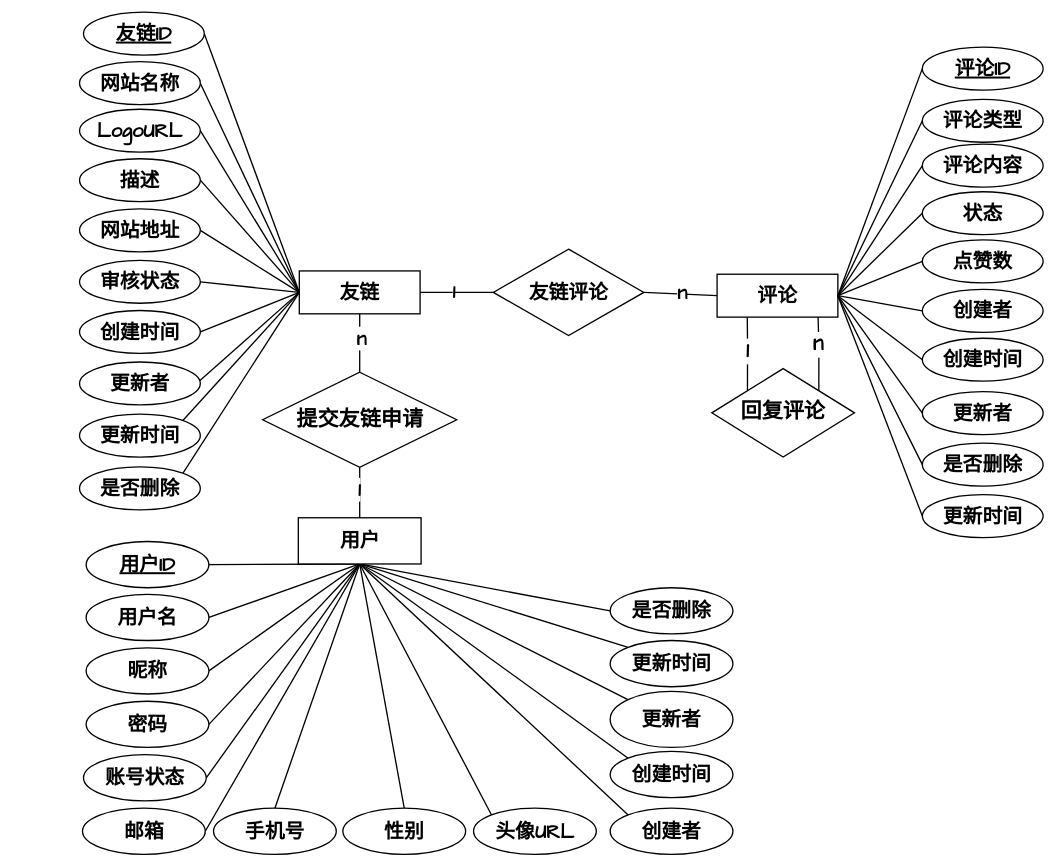
The draw.io diagram graph/友链ER.drawio in zhangbird050801/bird-blog, before the edit. Source tidied: cells renumbered, new cells numbered last; positions are measured from the earlier drawing's top-left corner, leaving out a move shared by most shapes. Both pictures are drawn from the tidied source at 66%, with x=0, y=0 at pixel (79, 12).
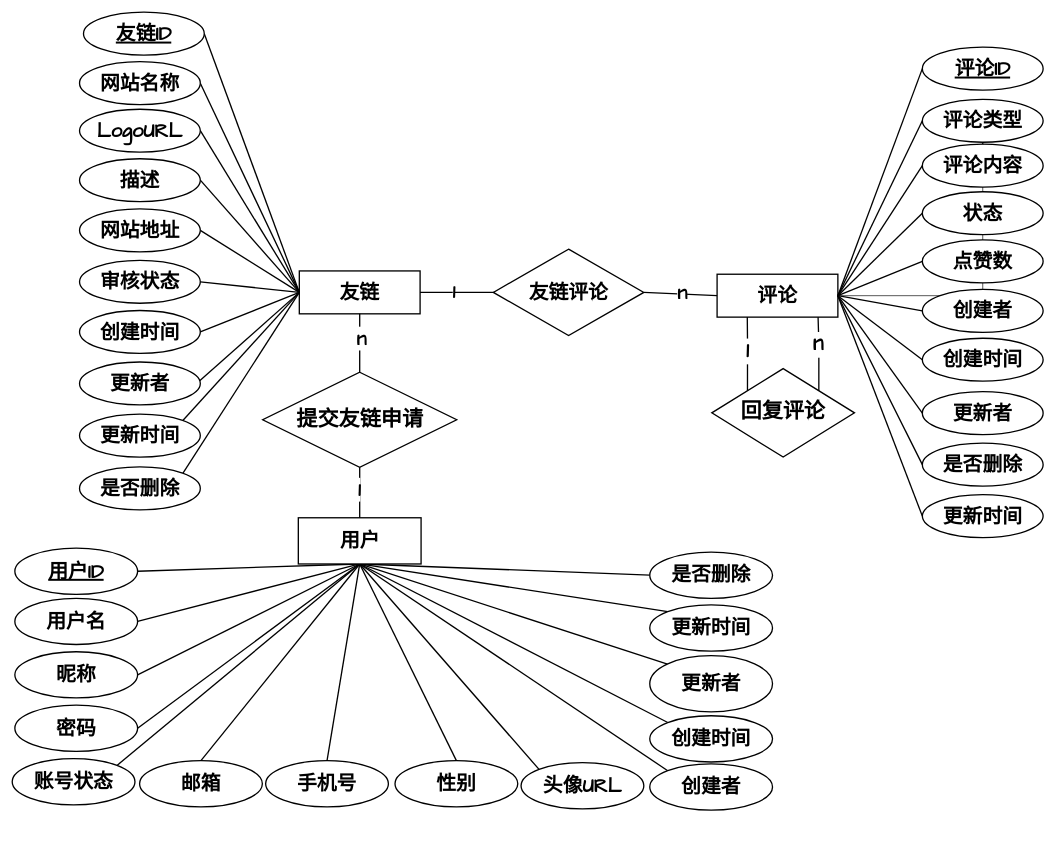
The same diagram, later.

Unchanged cells that the change refers to:
```xml
<mxCell id="23" value="评论" style="rounded=0;whiteSpace=wrap;html=1;fontSize=30;strokeColor=default;strokeWidth=2;align=center;verticalAlign=middle;fontFamily=Comic Sans MS;fontColor=default;fontStyle=1;labelBackgroundColor=default;" parent="1" vertex="1">
  <mxGeometry x="966" y="397" width="183" height="65" as="geometry" />
</mxCell>
<mxCell id="29" value="评论类型" style="whiteSpace=wrap;html=1;rounded=0;shape=ellipse;perimeter=ellipsePerimeter;fontSize=30;strokeColor=default;strokeWidth=2;align=center;verticalAlign=middle;fontFamily=Comic Sans MS;fontColor=default;fontStyle=1;labelBackgroundColor=default;" parent="1" vertex="1">
  <mxGeometry x="1277" y="132" width="183" height="65" as="geometry" />
</mxCell>
<mxCell id="83" value="用户" style="rounded=0;whiteSpace=wrap;html=1;fontSize=30;fontFamily=Comic Sans MS;strokeColor=default;strokeWidth=2;align=center;verticalAlign=middle;fontColor=default;labelBackgroundColor=default;fontStyle=1;" parent="1" vertex="1">
  <mxGeometry x="331.5" y="766" width="186" height="70" as="geometry" />
</mxCell>
```

Diff of the diagram source:
```diff
@@
+    <mxCell id="89" style="edgeStyle=orthogonalEdgeStyle;rounded=0;jettySize=auto;html=1;" parent="1" edge="1" source="23" target="29">
+      <mxGeometry relative="1" as="geometry" />
+    </mxCell>
@@
-    <mxCell id="59" style="rounded=0;jettySize=auto;html=1;exitX=0.5;exitY=1;exitDx=0;exitDy=0;entryX=1;entryY=0.5;entryDx=0;entryDy=0;endArrow=none;endFill=0;fontSize=30;fontFamily=Comic Sans MS;strokeColor=default;strokeWidth=2;align=center;verticalAlign=middle;fontColor=default;labelBackgroundColor=default;fontStyle=1;" parent="1" edge="1" source="83" target="70">
+    <mxCell id="59" style="rounded=0;jettySize=auto;html=1;exitX=0.5;exitY=1;exitDx=0;exitDy=0;entryX=1;entryY=0;entryDx=0;entryDy=0;endArrow=none;endFill=0;fontSize=30;fontFamily=Comic Sans MS;strokeColor=default;strokeWidth=2;align=center;verticalAlign=middle;fontColor=default;labelBackgroundColor=default;fontStyle=1;" parent="1" edge="1" source="83" target="70">
       <mxGeometry relative="1" as="geometry" />
     </mxCell>
-    <mxCell id="60" style="rounded=0;jettySize=auto;html=1;exitX=0.5;exitY=1;exitDx=0;exitDy=0;entryX=1;entryY=0.5;entryDx=0;entryDy=0;endArrow=none;endFill=0;fontSize=30;fontFamily=Comic Sans MS;strokeColor=default;strokeWidth=2;align=center;verticalAlign=middle;fontColor=default;labelBackgroundColor=default;fontStyle=1;" parent="1" edge="1" source="83" target="78">
+    <mxCell id="60" style="rounded=0;jettySize=auto;html=1;exitX=0.5;exitY=1;exitDx=0;exitDy=0;entryX=0.5;entryY=0;entryDx=0;entryDy=0;endArrow=none;endFill=0;fontSize=30;fontFamily=Comic Sans MS;strokeColor=default;strokeWidth=2;align=center;verticalAlign=middle;fontColor=default;labelBackgroundColor=default;fontStyle=1;" parent="1" edge="1" source="83" target="78">
       <mxGeometry relative="1" as="geometry" />
     </mxCell>
@@
     <mxCell id="69" value="用户ID" style="ellipse;whiteSpace=wrap;html=1;fontSize=30;fontFamily=Comic Sans MS;rounded=0;strokeWidth=2;align=center;verticalAlign=middle;labelBackgroundColor=none;fontStyle=5;" parent="1" vertex="1">
-      <mxGeometry x="10" y="802" width="186" height="70" as="geometry" />
+      <mxGeometry x="-98" y="812" width="186" height="70" as="geometry" />
     </mxCell>
     <mxCell id="70" value="账号状态" style="ellipse;whiteSpace=wrap;html=1;fontSize=30;fontFamily=Comic Sans MS;rounded=0;strokeColor=default;strokeWidth=2;align=center;verticalAlign=middle;fontColor=default;labelBackgroundColor=default;fontStyle=1;" parent="1" vertex="1">
-      <mxGeometry x="6" y="1125" width="186" height="70" as="geometry" />
+      <mxGeometry x="-102" y="1131" width="186" height="70" as="geometry" />
     </mxCell>
     <mxCell id="71" value="密码" style="ellipse;whiteSpace=wrap;html=1;fontSize=30;fontFamily=Comic Sans MS;rounded=0;strokeColor=default;strokeWidth=2;align=center;verticalAlign=middle;fontColor=default;labelBackgroundColor=default;fontStyle=1;" parent="1" vertex="1">
-      <mxGeometry x="10" y="1044" width="186" height="70" as="geometry" />
+      <mxGeometry x="-98" y="1050" width="186" height="70" as="geometry" />
     </mxCell>
     <mxCell id="72" value="昵称" style="ellipse;whiteSpace=wrap;html=1;fontSize=30;fontFamily=Comic Sans MS;rounded=0;strokeColor=default;strokeWidth=2;align=center;verticalAlign=middle;fontColor=default;labelBackgroundColor=default;fontStyle=1;" parent="1" vertex="1">
-      <mxGeometry x="10" y="963" width="186" height="70" as="geometry" />
+      <mxGeometry x="-98" y="969" width="186" height="70" as="geometry" />
     </mxCell>
     <mxCell id="73" value="用户名" style="ellipse;whiteSpace=wrap;html=1;fontSize=30;fontFamily=Comic Sans MS;rounded=0;strokeColor=default;strokeWidth=2;align=center;verticalAlign=middle;fontColor=default;labelBackgroundColor=default;fontStyle=1;" parent="1" vertex="1">
-      <mxGeometry x="10" y="882" width="186" height="70" as="geometry" />
+      <mxGeometry x="-98" y="888" width="186" height="70" as="geometry" />
     </mxCell>
     <mxCell id="74" value="创建者" style="ellipse;whiteSpace=wrap;html=1;fontSize=30;fontFamily=Comic Sans MS;rounded=0;strokeColor=default;strokeWidth=2;align=center;verticalAlign=middle;fontColor=default;labelBackgroundColor=default;fontStyle=1;" parent="1" vertex="1">
-      <mxGeometry x="804" y="1206" width="186" height="70" as="geometry" />
+      <mxGeometry x="864" y="1139" width="186" height="70" as="geometry" />
     </mxCell>
     <mxCell id="75" value="头像URL" style="ellipse;whiteSpace=wrap;html=1;fontSize=30;fontFamily=Comic Sans MS;rounded=0;strokeColor=default;strokeWidth=2;align=center;verticalAlign=middle;fontColor=default;labelBackgroundColor=default;fontStyle=1;" parent="1" vertex="1">
-      <mxGeometry x="597" y="1206" width="186" height="70" as="geometry" />
+      <mxGeometry x="669" y="1137" width="186" height="70" as="geometry" />
     </mxCell>
     <mxCell id="76" value="性别" style="ellipse;whiteSpace=wrap;html=1;fontSize=30;fontFamily=Comic Sans MS;rounded=0;strokeColor=default;strokeWidth=2;align=center;verticalAlign=middle;fontColor=default;labelBackgroundColor=default;fontStyle=1;" parent="1" vertex="1">
-      <mxGeometry x="399" y="1206" width="186" height="70" as="geometry" />
+      <mxGeometry x="478" y="1134" width="186" height="70" as="geometry" />
     </mxCell>
     <mxCell id="77" value="手机号" style="ellipse;whiteSpace=wrap;html=1;fontSize=30;fontFamily=Comic Sans MS;rounded=0;strokeColor=default;strokeWidth=2;align=center;verticalAlign=middle;fontColor=default;labelBackgroundColor=default;fontStyle=1;" parent="1" vertex="1">
-      <mxGeometry x="203" y="1206" width="186" height="70" as="geometry" />
+      <mxGeometry x="282" y="1134" width="186" height="70" as="geometry" />
     </mxCell>
     <mxCell id="78" value="邮箱" style="ellipse;whiteSpace=wrap;html=1;fontSize=30;fontFamily=Comic Sans MS;rounded=0;strokeColor=default;strokeWidth=2;align=center;verticalAlign=middle;fontColor=default;labelBackgroundColor=default;fontStyle=1;" parent="1" vertex="1">
-      <mxGeometry x="4.5" y="1206" width="186" height="70" as="geometry" />
+      <mxGeometry x="91" y="1134" width="186" height="70" as="geometry" />
     </mxCell>
     <mxCell id="79" value="更新时间" style="ellipse;whiteSpace=wrap;html=1;fontSize=30;fontFamily=Comic Sans MS;rounded=0;strokeColor=default;strokeWidth=2;align=center;verticalAlign=middle;fontColor=default;labelBackgroundColor=default;fontStyle=1;" parent="1" vertex="1">
-      <mxGeometry x="804" y="952" width="186" height="70" as="geometry" />
+      <mxGeometry x="864" y="898" width="186" height="70" as="geometry" />
     </mxCell>
     <mxCell id="80" value="更新者" style="ellipse;whiteSpace=wrap;html=1;fontSize=30;fontFamily=Comic Sans MS;rounded=0;strokeColor=default;strokeWidth=2;align=center;verticalAlign=middle;fontColor=default;labelBackgroundColor=default;fontStyle=1;" parent="1" vertex="1">
-      <mxGeometry x="804" y="1029" width="186" height="85" as="geometry" />
+      <mxGeometry x="864" y="975" width="186" height="85" as="geometry" />
     </mxCell>
     <mxCell id="81" value="创建时间" style="ellipse;whiteSpace=wrap;html=1;fontSize=30;fontFamily=Comic Sans MS;rounded=0;strokeColor=default;strokeWidth=2;align=center;verticalAlign=middle;fontColor=default;labelBackgroundColor=default;fontStyle=1;" parent="1" vertex="1">
-      <mxGeometry x="804" y="1120" width="186" height="70" as="geometry" />
+      <mxGeometry x="864" y="1066" width="186" height="70" as="geometry" />
     </mxCell>
     <mxCell id="82" value="是否删除" style="ellipse;whiteSpace=wrap;html=1;fontSize=30;fontFamily=Comic Sans MS;rounded=0;strokeColor=default;strokeWidth=2;align=center;verticalAlign=middle;fontColor=default;labelBackgroundColor=default;fontStyle=1;" parent="1" vertex="1">
-      <mxGeometry x="804" y="872" width="186" height="70" as="geometry" />
+      <mxGeometry x="864" y="818" width="186" height="70" as="geometry" />
     </mxCell>
```
